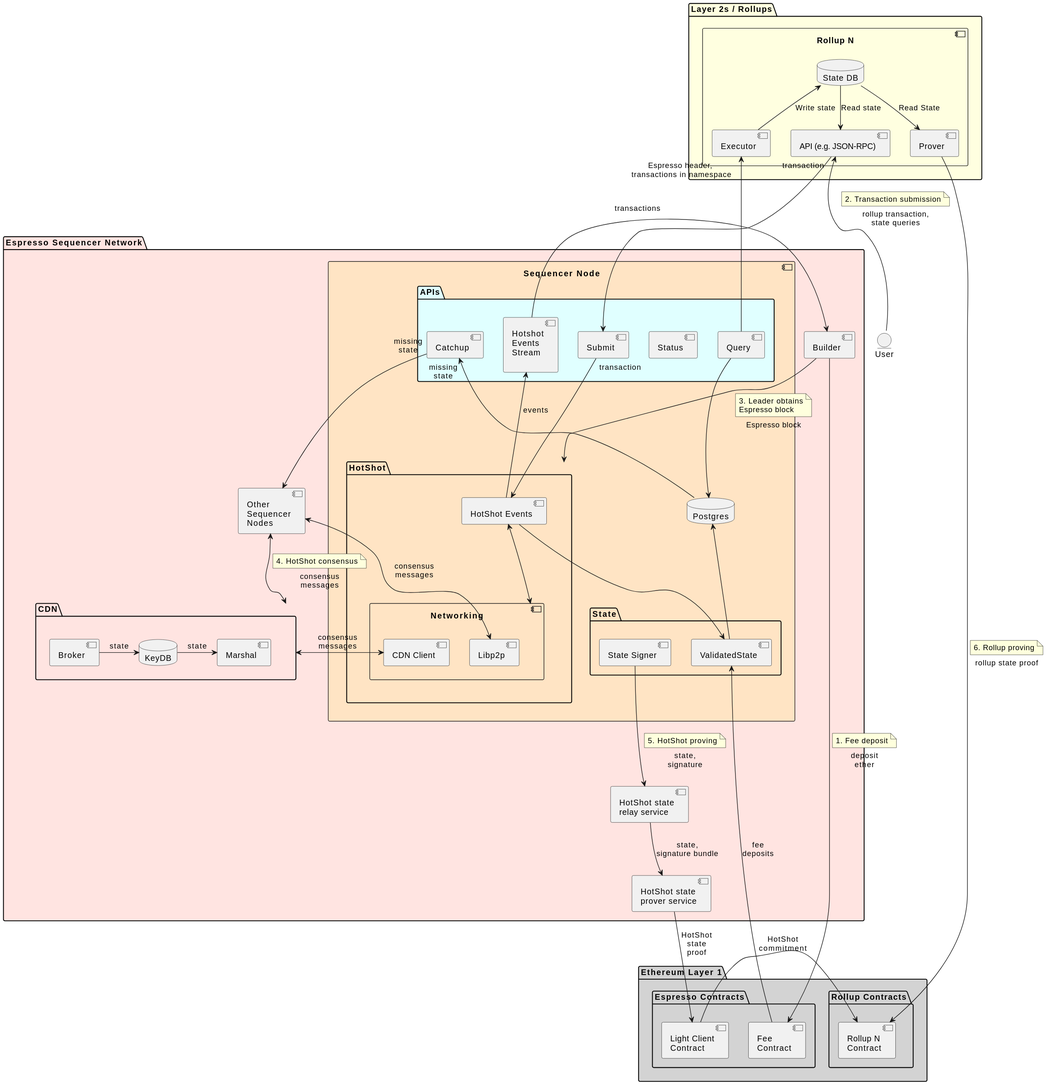
Above: doc/architecture.svg in EspressoSystems/espresso-sequencer (PlantUML), before the change. The source it was exported from:
```plantuml
@startuml
skinparam package<<Layout>> {
  borderColor Transparent
  backgroundColor Transparent
  fontColor Transparent
  stereotypeFontColor Transparent
}

package "Espresso Sequencer Network" as Network #MistyRose {
    package CDNLayout <<Layout>> {
        component "Other\nSequencer\nNodes" as Nodes
        package CDN {
            component Broker
            component Marshal
            database KeyDB
        }
    }

    Broker -> KeyDB: state
    KeyDB -> Marshal: state
    Nodes <--> CDN: consensus\nmessages
    note top of link
        4. HotShot consensus
    end note

    component "Sequencer Node" as Seq #Bisque {
        database "Postgres" as DB
        package APIs #LightCyan {
            component "Submit" as Submit
            component "Hotshot\nEvents\nStream\n" as EventsStream
            component "Catchup" as Catchup
            component "Status"
            component "Query" as Query
        }
        package HotShot {
            component "Networking"{
                component Libp2p
                component "CDN Client"
            }
            Libp2p -[hidden]left-> "CDN Client"
            component "HotShot Events" as Events
        }

        package State as State {
            component "State Signer" as Signer
            component "ValidatedState" as Validated
        }
    }
    component "HotShot state\nprover service" as HSProver
    component "HotShot state\nrelay service" as Relay
    component "Builder" as Builder
}

Nodes <-- Catchup: " " "missing\nstate"
Nodes <--> Libp2p: consensus\nmessages
"CDN Client" <--> CDN: consensus\nmessages

Signer -down-> Relay: state,\nsignature
note top of link
    5. HotShot proving
end note
Relay --> HSProver: state,\nsignature bundle

Builder --> HotShot: Espresso block
note top of link
    3. Leader obtains
    Espresso block
end note
EventsStream -> Builder: transactions

Networking <-up-> Events
Events -up-> EventsStream: events
Events -down-> Validated

Query --> DB
Validated -up-> DB
DB --> Catchup: " " "missing\nstate"

package "Layer 2s / Rollups" as L2s #LightYellow {
    component "Rollup N" as L2 {
        component "API (e.g. JSON-RPC)" as L2_RPC
        component Executor as L2_Exec
        component Prover as L2_Prover
        database "State DB" as L2_State
    }
}
package "Ethereum Layer 1" as L1 #LightGray {
    package "Espresso Contracts" as Esp_L1 {
        component "Light Client\nContract" as LC_L1
        component "Fee\nContract" as Fee_L1
    }
    package "Rollup Contracts" {
        component "Rollup N\nContract" as L2_L1
    }
}

entity User
User -Up-> L2_RPC : rollup transaction,\nstate queries
note top of link
    2. Transaction submission
end note
L2_RPC --> Submit : "transaction" " "
Submit -> Events: "transaction" " "
Query -up-> L2_Exec : " " "Espresso header,\n transactions in namespace"

HSProver -down-> LC_L1 : HotShot\nstate\nproof
L2_Prover -> L2_L1 : rollup state proof
note top of link
    6. Rollup proving
end note
LC_L1 -> L2_L1 : HotShot\ncommitment

L2_RPC <-up- L2_State : Read state
L2_Exec -up-> L2_State : Write state
L2_Prover <-up- L2_State : Read State

Builder --> Fee_L1: deposit\nether
note top of link
    1. Fee deposit
end note
Fee_L1 -up-> Validated: fee\ndeposits
@enduml
```
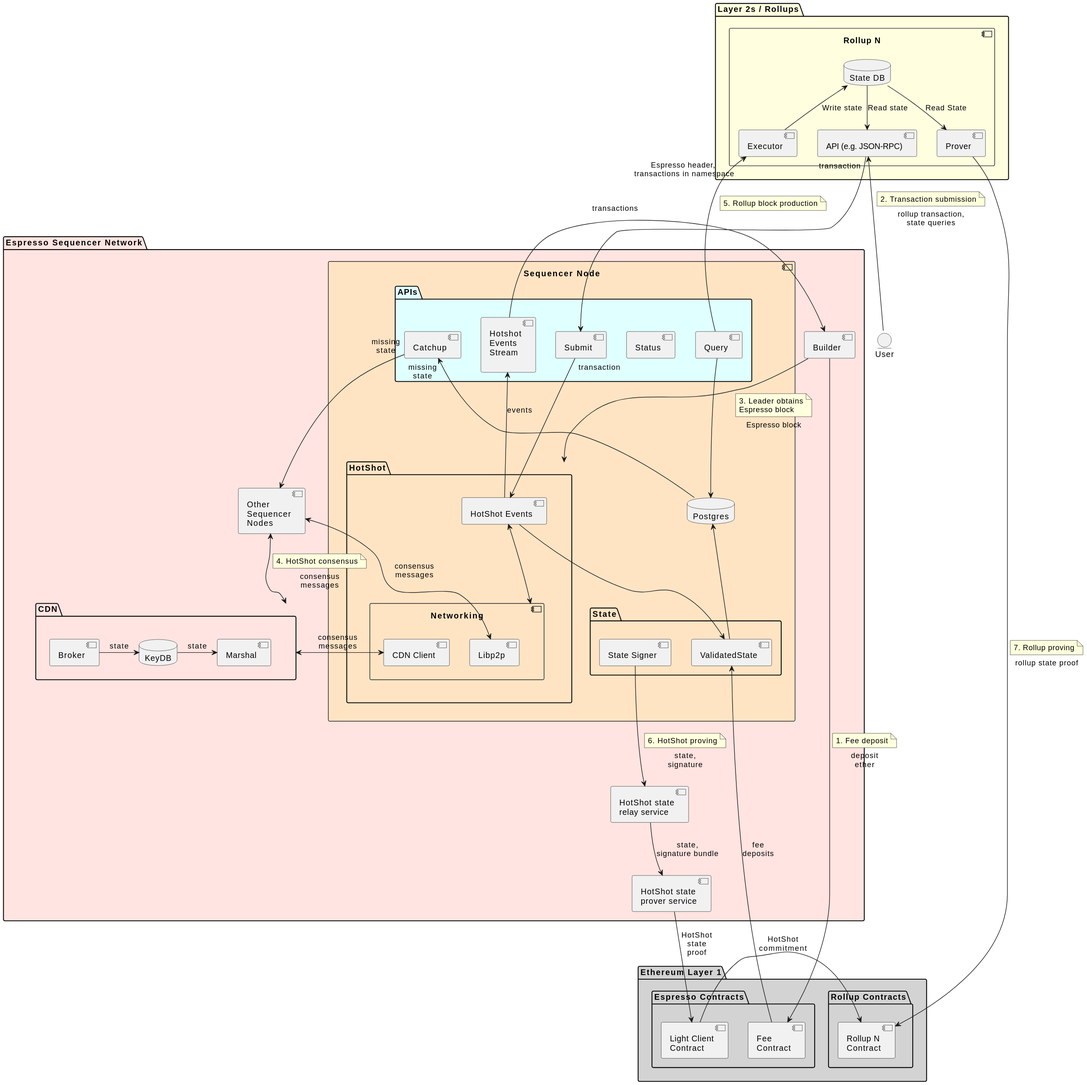
After the change.

Commit message:
Add optimistic rollup dispute to diagram

What changed in the source:
```diff
@@ -57,7 +57,7 @@
 
 Signer -down-> Relay: state,\nsignature
 note top of link
-    5. HotShot proving
+    6. HotShot proving
 end note
 Relay --> HSProver: state,\nsignature bundle
 
@@ -102,11 +102,15 @@
 L2_RPC --> Submit : "transaction" " "
 Submit -> Events: "transaction" " "
 Query -up-> L2_Exec : " " "Espresso header,\n transactions in namespace"
+note top of link
+    5. Rollup block production
+end note
+
 
 HSProver -down-> LC_L1 : HotShot\nstate\nproof
 L2_Prover -> L2_L1 : rollup state proof
 note top of link
-    6. Rollup proving
+    7. Rollup proving
 end note
 LC_L1 -> L2_L1 : HotShot\ncommitment
 
```
